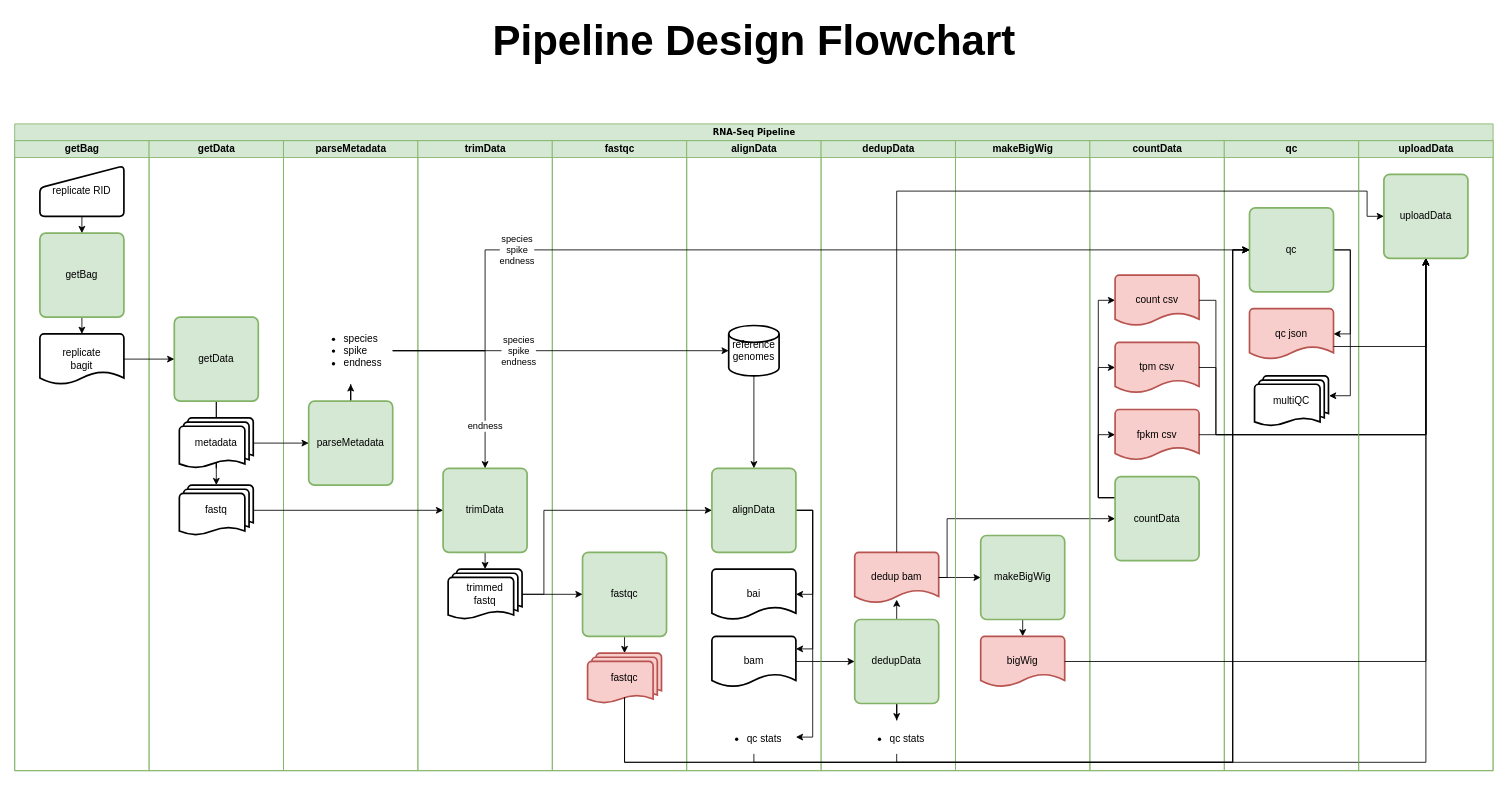
The draw.io diagram docs/RNA-Seq Pipeline Design Flowchart.drawio in GHAStVHenry/GUDMAP-RBK.rna-seq, before the edit. Source tidied: cells renumbered, new cells numbered last; positions are measured from the earlier drawing's top-left corner, leaving out a move shared by most shapes. Both pictures are drawn from the tidied source at 84%, with x=0, y=0 at pixel (14, 27).
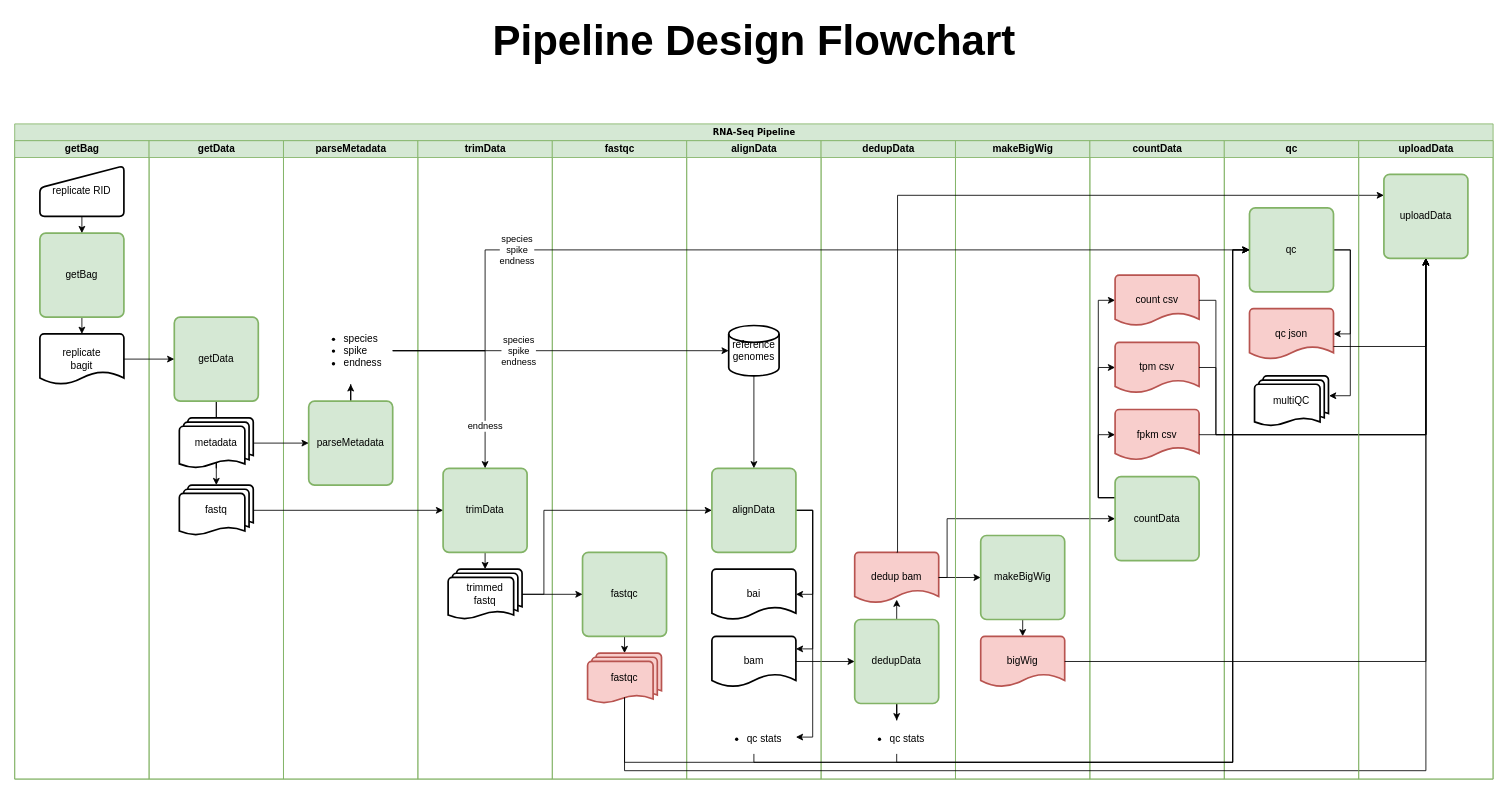
The same diagram, later.

Commit message (it also covers changes not shown here):
Deconvolute inputs in flowchart

Unchanged cells that the change refers to:
```xml
<mxCell id="26" value="fastqc" style="strokeWidth=2;html=1;shape=mxgraph.flowchart.multi-document;whiteSpace=wrap;fillColor=#f8cecc;strokeColor=#b85450;" parent="23" vertex="1">
  <mxGeometry x="42" y="610" width="88" height="60" as="geometry" />
</mxCell>
<mxCell id="44" value="dedup bam" style="strokeWidth=2;html=1;shape=mxgraph.flowchart.document2;whiteSpace=wrap;size=0.25;fillColor=#f8cecc;strokeColor=#b85450;" parent="40" vertex="1">
  <mxGeometry x="40" y="490" width="100" height="60" as="geometry" />
</mxCell>
<mxCell id="81" value="uploadData" style="rounded=1;whiteSpace=wrap;html=1;absoluteArcSize=1;arcSize=14;strokeWidth=2;fillColor=#d5e8d4;strokeColor=#82b366;" parent="80" vertex="1">
  <mxGeometry x="30" y="40" width="100" height="100" as="geometry" />
</mxCell>
```

What changed in the source:
```diff
@@
     <mxCell id="2" value="&lt;font style=&quot;font-size: 10px&quot;&gt;RNA-Seq Pipeline&lt;/font&gt;" style="swimlane;html=1;startSize=20;rounded=0;shadow=0;labelBackgroundColor=none;strokeWidth=1;fontFamily=Verdana;fontSize=8;align=center;fillColor=#d5e8d4;strokeColor=#82b366;" parent="1" vertex="1">
-      <mxGeometry y="115" width="1760" height="770" as="geometry" />
+      <mxGeometry y="115" width="1760" height="780" as="geometry" />
     </mxCell>
     <mxCell id="3" value="getBag" style="swimlane;html=1;startSize=20;fillColor=#d5e8d4;strokeColor=#82b366;" parent="2" vertex="1">
-      <mxGeometry y="20" width="160" height="750" as="geometry" />
+      <mxGeometry y="20" width="160" height="760" as="geometry" />
     </mxCell>
@@
     <mxCell id="9" value="getData" style="swimlane;html=1;startSize=20;fillColor=#d5e8d4;strokeColor=#82b366;" parent="2" vertex="1">
-      <mxGeometry x="160" y="20" width="160" height="750" as="geometry" />
+      <mxGeometry x="160" y="20" width="160" height="760" as="geometry" />
     </mxCell>
@@
     <mxCell id="15" value="parseMetadata" style="swimlane;html=1;startSize=20;fillColor=#d5e8d4;strokeColor=#82b366;" parent="2" vertex="1">
-      <mxGeometry x="320" y="20" width="160" height="750" as="geometry" />
+      <mxGeometry x="320" y="20" width="160" height="760" as="geometry" />
     </mxCell>
@@
     <mxCell id="19" value="trimData" style="swimlane;html=1;startSize=20;fillColor=#d5e8d4;strokeColor=#82b366;" parent="2" vertex="1">
-      <mxGeometry x="480" y="20" width="160" height="750" as="geometry" />
+      <mxGeometry x="480" y="20" width="160" height="760" as="geometry" />
     </mxCell>
@@
     <mxCell id="23" value="fastqc" style="swimlane;html=1;startSize=20;fillColor=#d5e8d4;strokeColor=#82b366;" parent="2" vertex="1">
-      <mxGeometry x="640" y="20" width="160" height="750" as="geometry" />
+      <mxGeometry x="640" y="20" width="160" height="760" as="geometry" />
     </mxCell>
@@
     <mxCell id="27" value="alignData" style="swimlane;html=1;startSize=20;fillColor=#d5e8d4;strokeColor=#82b366;" parent="2" vertex="1">
-      <mxGeometry x="800" y="20" width="160" height="750" as="geometry" />
+      <mxGeometry x="800" y="20" width="160" height="760" as="geometry" />
     </mxCell>
@@
     <mxCell id="40" value="dedupData" style="swimlane;html=1;startSize=20;fillColor=#d5e8d4;strokeColor=#82b366;" parent="2" vertex="1">
-      <mxGeometry x="960" y="20" width="160" height="750" as="geometry" />
+      <mxGeometry x="960" y="20" width="160" height="760" as="geometry" />
     </mxCell>
@@
     <mxCell id="48" value="makeBigWig" style="swimlane;html=1;startSize=20;fillColor=#d5e8d4;strokeColor=#82b366;" parent="2" vertex="1">
-      <mxGeometry x="1120" y="20" width="160" height="750" as="geometry" />
+      <mxGeometry x="1120" y="20" width="160" height="760" as="geometry" />
     </mxCell>
@@
     <mxCell id="52" value="countData" style="swimlane;html=1;startSize=20;fillColor=#d5e8d4;strokeColor=#82b366;" parent="2" vertex="1">
-      <mxGeometry x="1280" y="20" width="160" height="750" as="geometry" />
+      <mxGeometry x="1280" y="20" width="160" height="760" as="geometry" />
     </mxCell>
@@
     <mxCell id="60" value="qc" style="swimlane;html=1;startSize=20;fillColor=#d5e8d4;strokeColor=#82b366;" parent="2" vertex="1">
-      <mxGeometry x="1440" y="20" width="160" height="750" as="geometry" />
+      <mxGeometry x="1440" y="20" width="160" height="760" as="geometry" />
     </mxCell>
@@
     <mxCell id="75" style="edgeStyle=orthogonalEdgeStyle;rounded=0;jettySize=auto;html=1;exitX=0.5;exitY=0.88;exitDx=0;exitDy=0;exitPerimeter=0;entryX=0.5;entryY=1;entryDx=0;entryDy=0;" parent="2" edge="1" source="26" target="81">
       <mxGeometry relative="1" as="geometry">
         <Array as="points">
-          <mxPoint x="726" y="760" />
-          <mxPoint x="1680" y="760" />
+          <mxPoint x="726" y="770" />
+          <mxPoint x="1680" y="770" />
         </Array>
       </mxGeometry>
     </mxCell>
@@
-    <mxCell id="79" style="edgeStyle=orthogonalEdgeStyle;rounded=0;jettySize=auto;html=1;exitX=0.5;exitY=0;exitDx=0;exitDy=0;exitPerimeter=0;entryX=0;entryY=0.5;entryDx=0;entryDy=0;" parent="2" edge="1" source="44" target="81">
+    <mxCell id="79" style="edgeStyle=orthogonalEdgeStyle;rounded=0;jettySize=auto;html=1;exitX=0.5;exitY=0;exitDx=0;exitDy=0;exitPerimeter=0;entryX=0;entryY=0.25;entryDx=0;entryDy=0;" parent="2" edge="1" source="44" target="81">
       <mxGeometry relative="1" as="geometry">
         <Array as="points">
-          <mxPoint x="1050" y="80" />
-          <mxPoint x="1610" y="80" />
-          <mxPoint x="1610" y="110" />
+          <mxPoint x="1051" y="85" />
         </Array>
       </mxGeometry>
     </mxCell>
     <mxCell id="80" value="uploadData" style="swimlane;html=1;startSize=20;fillColor=#d5e8d4;strokeColor=#82b366;" parent="2" vertex="1">
-      <mxGeometry x="1600" y="20" width="160" height="750" as="geometry" />
+      <mxGeometry x="1600" y="20" width="160" height="760" as="geometry" />
     </mxCell>
```
